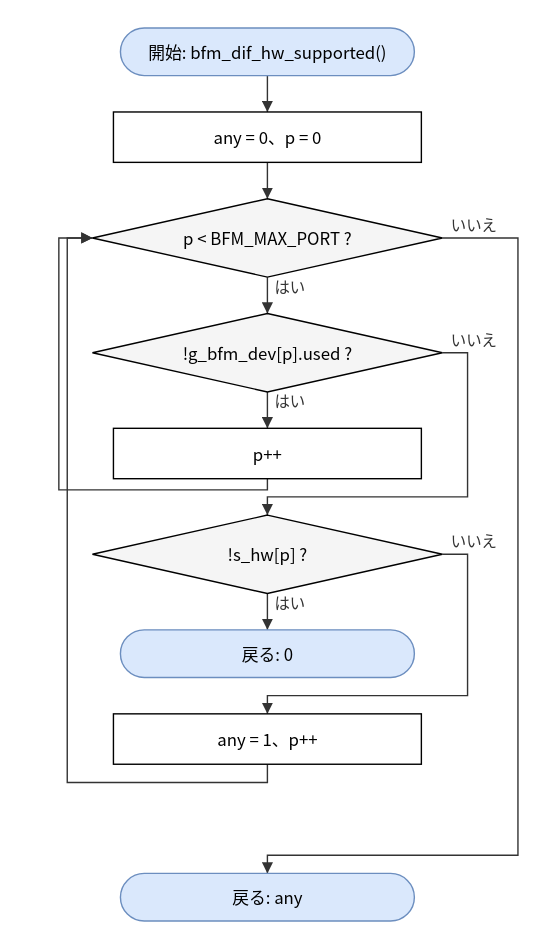
This is doc/spec/images/flow_src_bfm_dif-bfm_dif_hw_supported.drawio.svg from hf355051012-ai/bfmem, a draw.io export, as it was before one commit. Source tidied: cells renumbered, new cells last; positions are measured from the earlier drawing's top-left corner, leaving out a move shared by most shapes.
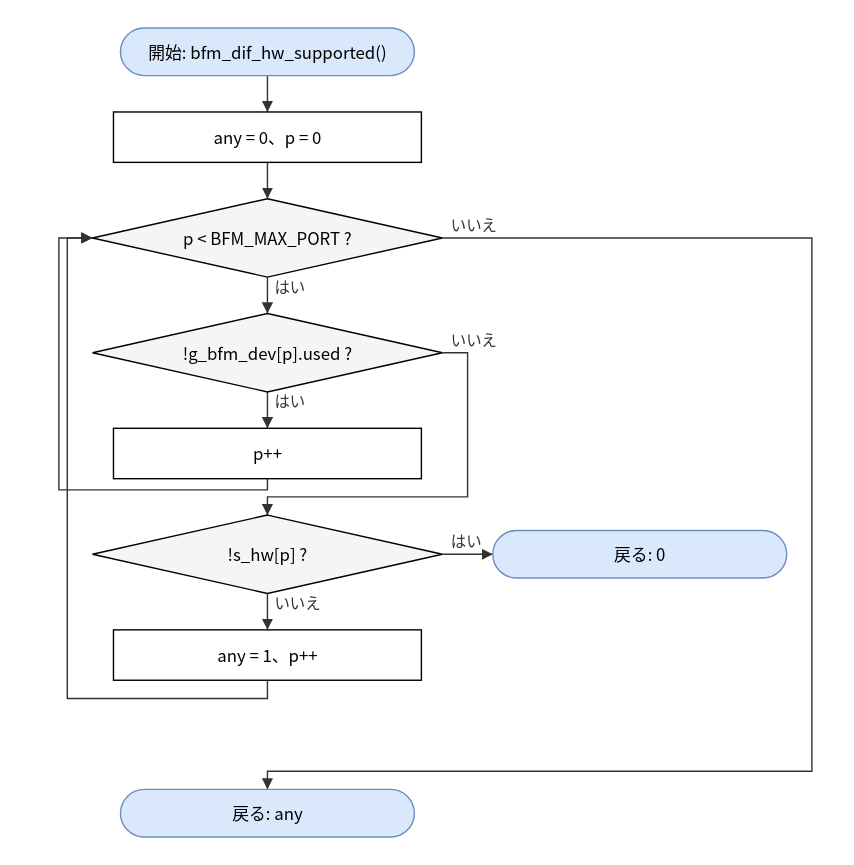
Later version of the same file.

Change to the diagram source:
```diff
@@ -21,13 +21,13 @@
       <mxGeometry x="24" y="348" width="250" height="56" as="geometry" />
     </mxCell>
     <mxCell id="8" value="戻る: 0" style="rounded=1;arcSize=50;whiteSpace=wrap;html=1;fillColor=#dae8fc;strokeColor=#6c8ebf;" parent="1" vertex="1">
-      <mxGeometry x="44" y="430" width="210" height="34" as="geometry" />
+      <mxGeometry x="310" y="359" width="210" height="34" as="geometry" />
     </mxCell>
     <mxCell id="9" value="any = 1、p++" style="rounded=0;whiteSpace=wrap;html=1;" parent="1" vertex="1">
-      <mxGeometry x="39" y="490" width="220" height="36" as="geometry" />
+      <mxGeometry x="39" y="430" width="220" height="36" as="geometry" />
     </mxCell>
     <mxCell id="10" value="戻る: any" style="rounded=1;arcSize=50;whiteSpace=wrap;html=1;fillColor=#dae8fc;strokeColor=#6c8ebf;" parent="1" vertex="1">
-      <mxGeometry x="44" y="604" width="210" height="34" as="geometry" />
+      <mxGeometry x="44" y="544" width="210" height="34" as="geometry" />
     </mxCell>
     <mxCell id="11" style="edgeStyle=none;html=1;rounded=0;endArrow=block;endFill=1;exitX=0.5000;exitY=1.0000;exitDx=0;exitDy=0;exitPerimeter=0;entryX=0.5000;entryY=0.0000;entryDx=0;entryDy=0;entryPerimeter=0;" parent="1" edge="1" source="2" target="3">
       <mxGeometry relative="1" as="geometry" />
@@ -50,23 +50,17 @@
         </Array>
       </mxGeometry>
     </mxCell>
-    <mxCell id="16" value="はい" style="edgeStyle=none;html=1;rounded=0;endArrow=block;endFill=1;exitX=0.5000;exitY=1.0000;exitDx=0;exitDy=0;exitPerimeter=0;entryX=0.5000;entryY=0.0000;entryDx=0;entryDy=0;entryPerimeter=0;" parent="1" edge="1" source="7" target="8">
+    <mxCell id="16" value="はい" style="edgeStyle=none;html=1;rounded=0;endArrow=block;endFill=1;exitX=1.0000;exitY=0.5000;exitDx=0;exitDy=0;exitPerimeter=0;entryX=0.0000;entryY=0.5000;entryDx=0;entryDy=0;entryPerimeter=0;" parent="1" edge="1" source="7" target="8">
       <mxGeometry relative="1" as="geometry" />
     </mxCell>
-    <mxCell id="17" value="いいえ" style="edgeStyle=none;html=1;rounded=0;endArrow=block;endFill=1;exitX=1.0000;exitY=0.5000;exitDx=0;exitDy=0;exitPerimeter=0;entryX=0.5000;entryY=0.0000;entryDx=0;entryDy=0;entryPerimeter=0;" parent="1" edge="1" source="7" target="9">
-      <mxGeometry relative="1" as="geometry">
-        <Array as="points">
-          <mxPoint x="292" y="376" />
-          <mxPoint x="292" y="477" />
-          <mxPoint x="149" y="477" />
-        </Array>
-      </mxGeometry>
+    <mxCell id="17" value="いいえ" style="edgeStyle=none;html=1;rounded=0;endArrow=block;endFill=1;exitX=0.5000;exitY=1.0000;exitDx=0;exitDy=0;exitPerimeter=0;entryX=0.5000;entryY=0.0000;entryDx=0;entryDy=0;entryPerimeter=0;" parent="1" edge="1" source="7" target="9">
+      <mxGeometry relative="1" as="geometry" />
     </mxCell>
     <mxCell id="18" style="edgeStyle=none;html=1;rounded=0;endArrow=block;endFill=1;exitX=0.5000;exitY=1.0000;exitDx=0;exitDy=0;exitPerimeter=0;entryX=0.0000;entryY=0.5000;entryDx=0;entryDy=0;entryPerimeter=0;" parent="1" edge="1" source="9" target="4">
       <mxGeometry relative="1" as="geometry">
         <Array as="points">
-          <mxPoint x="149" y="539" />
-          <mxPoint x="6" y="539" />
+          <mxPoint x="149" y="479" />
+          <mxPoint x="6" y="479" />
           <mxPoint x="6" y="150" />
         </Array>
       </mxGeometry>
@@ -83,9 +77,9 @@
     <mxCell id="20" value="いいえ" style="edgeStyle=none;html=1;rounded=0;endArrow=block;endFill=1;exitX=1.0000;exitY=0.5000;exitDx=0;exitDy=0;exitPerimeter=0;entryX=0.5000;entryY=0.0000;entryDx=0;entryDy=0;entryPerimeter=0;" parent="1" edge="1" source="4" target="10">
       <mxGeometry relative="1" as="geometry">
         <Array as="points">
-          <mxPoint x="328" y="150" />
-          <mxPoint x="328" y="591" />
-          <mxPoint x="149" y="591" />
+          <mxPoint x="538" y="150" />
+          <mxPoint x="538" y="531" />
+          <mxPoint x="149" y="531" />
         </Array>
       </mxGeometry>
     </mxCell>
```
